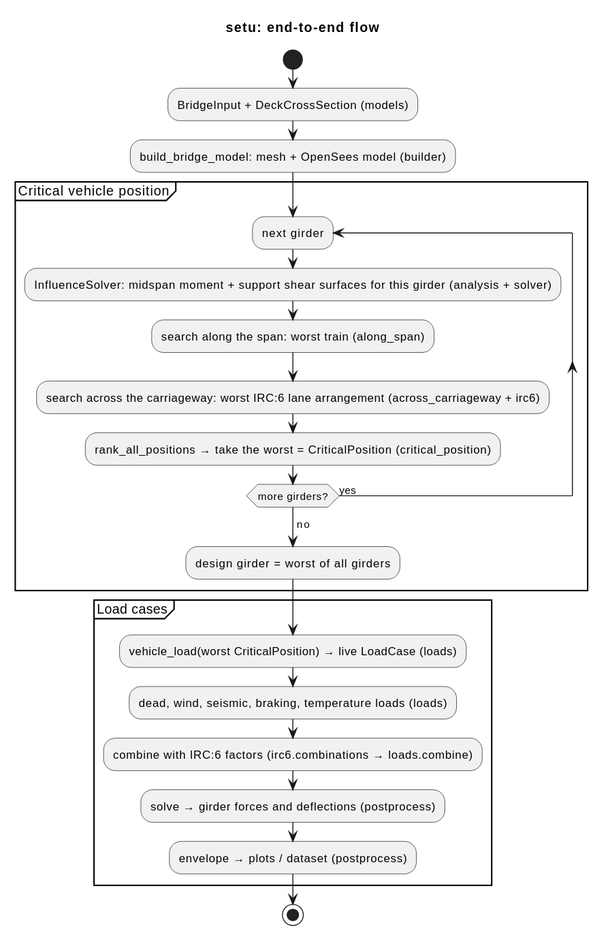
Earlier version of the PlantUML export docs/flow.svg (nishikantmandal007/setu).
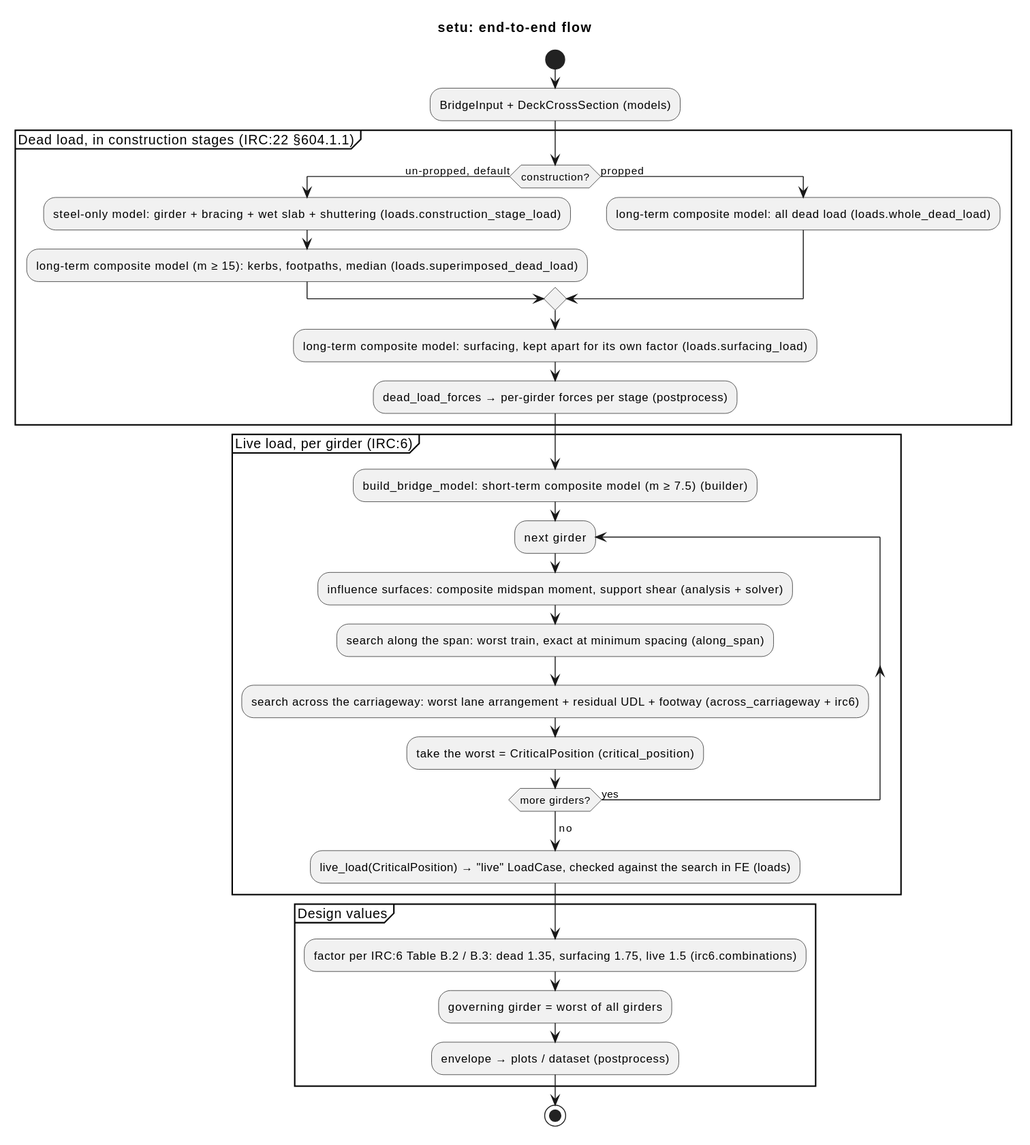
The same file after the commit.

The edit, as a diff of the source:
```diff
@@ -3,24 +3,33 @@
 
 start
 :BridgeInput + DeckCrossSection (models);
-:build_bridge_model: mesh + OpenSees model (builder);
 
-partition "Critical vehicle position" {
+partition "Dead load, in construction stages (IRC:22 §604.1.1)" {
+  if (construction?) then (un-propped, default)
+    :steel-only model: girder + bracing + wet slab + shuttering (loads.construction_stage_load);
+    :long-term composite model (m ≥ 15): kerbs, footpaths, median (loads.superimposed_dead_load);
+  else (propped)
+    :long-term composite model: all dead load (loads.whole_dead_load);
+  endif
+  :long-term composite model: surfacing, kept apart for its own factor (loads.surfacing_load);
+  :dead_load_forces → per-girder forces per stage (postprocess);
+}
+
+partition "Live load, per girder (IRC:6)" {
+  :build_bridge_model: short-term composite model (m ≥ 7.5) (builder);
   repeat :next girder;
-    :InfluenceSolver: midspan moment + support shear surfaces for this girder (analysis + solver);
-    :search along the span: worst train (along_span);
-    :search across the carriageway: worst IRC:6 lane arrangement (across_carriageway + irc6);
-    :rank_all_positions → take the worst = CriticalPosition (critical_position);
+    :influence surfaces: composite midspan moment, support shear (analysis + solver);
+    :search along the span: worst train, exact at minimum spacing (along_span);
+    :search across the carriageway: worst lane arrangement + residual UDL + footway (across_carriageway + irc6);
+    :take the worst = CriticalPosition (critical_position);
   repeat while (more girders?) is (yes)
   -> no;
-  :design girder = worst of all girders;
+  :live_load(CriticalPosition) → "live" LoadCase, checked against the search in FE (loads);
 }
 
-partition "Load cases" {
-  :vehicle_load(worst CriticalPosition) → live LoadCase (loads);
-  :dead, wind, seismic, braking, temperature loads (loads);
-  :combine with IRC:6 factors (irc6.combinations → loads.combine);
-  :solve → girder forces and deflections (postprocess);
+partition "Design values" {
+  :factor per IRC:6 Table B.2 / B.3: dead 1.35, surfacing 1.75, live 1.5 (irc6.combinations);
+  :governing girder = worst of all girders;
   :envelope → plots / dataset (postprocess);
 }
 stop
```
